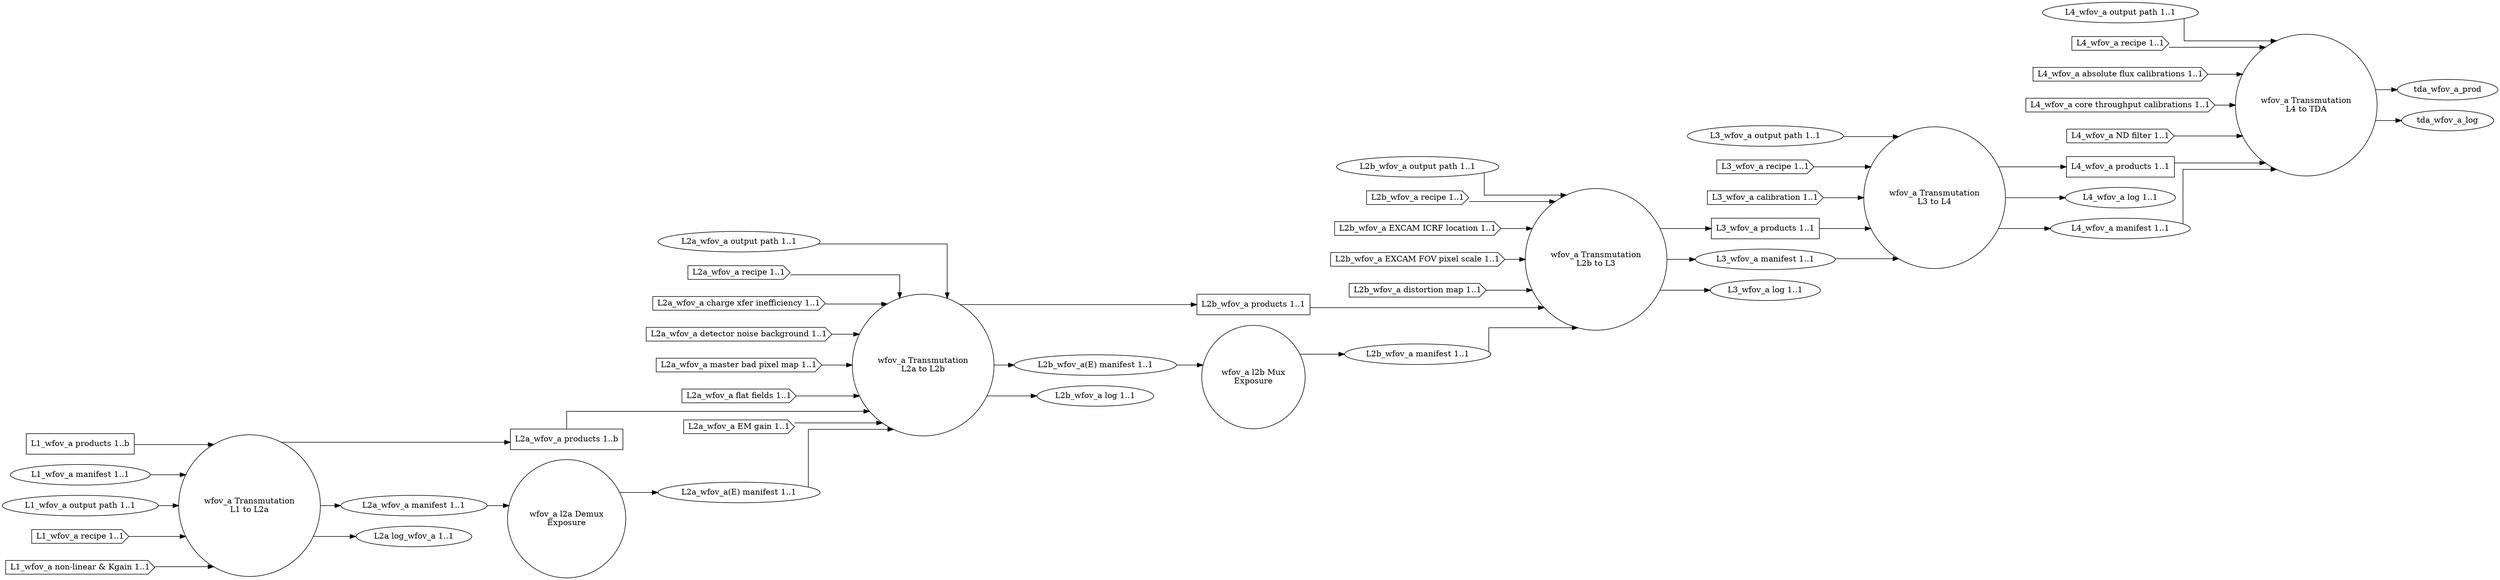
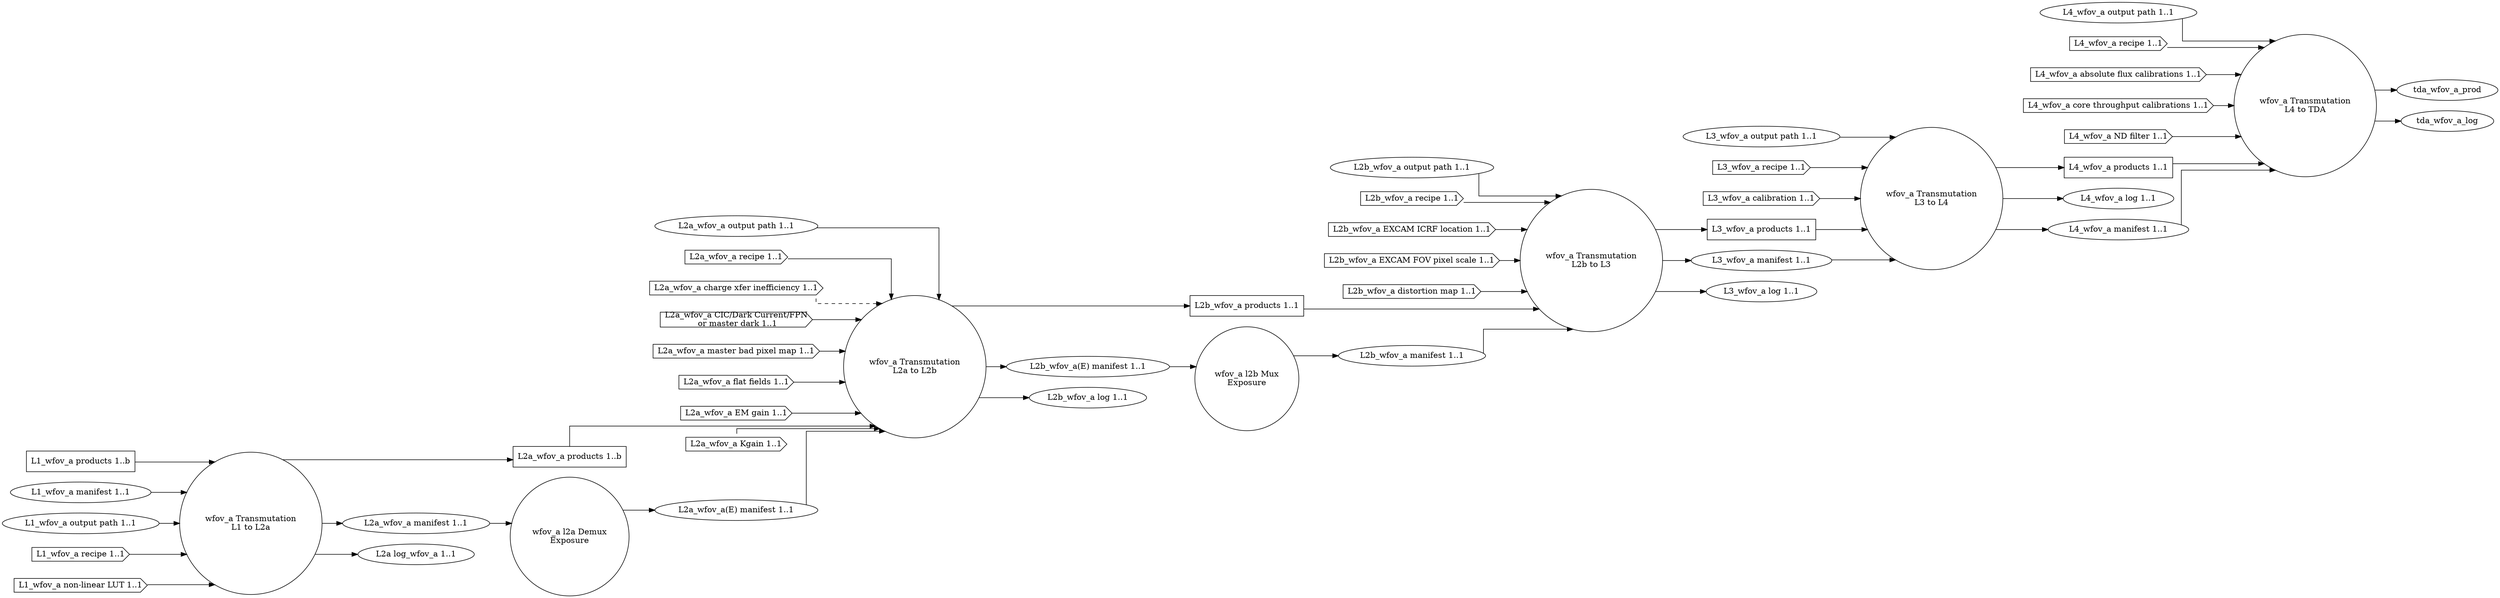
- digraph AbstractDesign
+ digraph WideFieldOfViewAnalog
{
  graph [splines="ortho", rankdir=LR];

  trans_wfov_a_l1_l2a [label="wfov_a Transmutation\nL1 to L2a", shape="circle"];
  l2a_wfov_a_demux [label="wfov_a l2a Demux\nExposure" shape="circle"];
  trans_wfov_a_l2a_l2b [label="wfov_a Transmutation\nL2a to L2b", shape="circle"];
  l2b_wfov_a_mux [label="wfov_a l2b Mux\nExposure", shape="circle"];
  trans_wfov_a_l2b_l3 [label="wfov_a Transmutation\nL2b to L3", shape="circle"];
  trans_wfov_a_l3_l4 [label="wfov_a Transmutation\nL3 to L4", shape="circle"];
  trans_wfov_a_l4_tda [label="wfov_a Transmutation\nL4 to TDA", shape="circle"];

  l1_wfov_a_prod [label="L1_wfov_a products 1..b", shape="rectangle"];
  l1_wfov_a_man [label="L1_wfov_a manifest 1..1", shape="ellipse"];
  l1_wfov_a_odir [label="L1_wfov_a output path 1..1", shape="ellipse"];
  l1_wfov_a_rec [label="L1_wfov_a recipe 1..1", shape="cds"];
-   l1_wfov_a_nln [label="L1_wfov_a non-linear & Kgain 1..1", shape="cds"];
+   l1_wfov_a_nllut [label="L1_wfov_a non-linear LUT 1..1", shape="cds"];

  l2a_wfov_a_prod [label="L2a_wfov_a products 1..b", shape="rectangle"];
  l2a_wfov_a_man [label="L2a_wfov_a manifest 1..1", shape="ellipse"];
  l2a_wfov_a_odir [label="L2a_wfov_a output path 1..1", shape="ellipse"];
  l2a_wfov_a_rec [label="L2a_wfov_a recipe 1..1", shape="cds"];
  l2a_wfov_a_cti [label="L2a_wfov_a charge xfer inefficiency 1..1", shape="cds"];
-   l2a_wfov_a_dnb [label="L2a_wfov_a detector noise background 1..1", shape="cds"];
+   l2a_wfov_a_dnb [label="L2a_wfov_a CIC/Dark Current/FPN\n or master dark 1..1", shape="cds"];
  l2a_wfov_a_mbpm [label="L2a_wfov_a master bad pixel map 1..1", shape="cds"];
  l2a_wfov_a_ff [label="L2a_wfov_a flat fields 1..1", shape="cds"];
  l2a_wfov_a_emg [label="L2a_wfov_a EM gain 1..1", shape="cds"];
+   l2a_wfov_a_kgain [label="L2a_wfov_a Kgain 1..1", shape="cds"];
  l2a_wfov_a_log [label="L2a log_wfov_a 1..1", shape="ellipse"];
  l2a_wfov_a_man_demux [label="L2a_wfov_a(E) manifest 1..1", shape="ellipse"];

  l2b_wfov_a_prod [label="L2b_wfov_a products 1..1", shape="rectangle"];
  l2b_wfov_a_man [label="L2b_wfov_a manifest 1..1", shape="ellipse"];
  l2b_wfov_a_odir [label="L2b_wfov_a output path 1..1", shape="ellipse"];
  l2b_wfov_a_rec [label="L2b_wfov_a recipe 1..1", shape="cds"];
  l2b_wfov_a_excicrf [label="L2b_wfov_a EXCAM ICRF location 1..1", shape="cds"];
  l2b_wfov_a_excfovps [label="L2b_wfov_a EXCAM FOV pixel scale 1..1", shape="cds"];
  l2b_wfov_a_distm [label="L2b_wfov_a distortion map 1..1", shape="cds"];
  l2b_wfov_a_man_demux [label="L2b_wfov_a(E) manifest 1..1", shape="ellipse"];
  l2b_wfov_a_log [label="L2b_wfov_a log 1..1", shape="ellipse"];

  l3_wfov_a_prod [label="L3_wfov_a products 1..1", shape="rectangle"];
  l3_wfov_a_odir [label="L3_wfov_a output path 1..1", shape="ellipse"];
  l3_wfov_a_man [label="L3_wfov_a manifest 1..1", shape="ellipse"];
  l3_wfov_a_rec [label="L3_wfov_a recipe 1..1", shape="cds"];
  l3_wfov_a_cal [label="L3_wfov_a calibration 1..1", shape="cds"];
  l3_wfov_a_log [label="L3_wfov_a log 1..1", shape="ellipse"];

  l4_wfov_a_prod [label="L4_wfov_a products 1..1", shape="rectangle"];
  l4_wfov_a_odir [label="L4_wfov_a output path 1..1", shape="ellipse"];
  l4_wfov_a_log [label="L4_wfov_a log 1..1", shape="ellipse"];
  l4_wfov_a_man [label="L4_wfov_a manifest 1..1", shape="ellipse"];
  l4_wfov_a_rec [label="L4_wfov_a recipe 1..1", shape="cds"];
  l4_wfov_a_afcal [label="L4_wfov_a absolute flux calibrations 1..1", shape="cds"];
  l4_wfov_a_ctcal [label="L4_wfov_a core throughput calibrations 1..1", shape="cds"];
  l4_wfov_a_ndfilt [label="L4_wfov_a ND filter 1..1", shape="cds"];

  l1_wfov_a_prod -> trans_wfov_a_l1_l2a;
  l1_wfov_a_man -> trans_wfov_a_l1_l2a;
  l1_wfov_a_odir -> trans_wfov_a_l1_l2a;
  l1_wfov_a_rec -> trans_wfov_a_l1_l2a;
-   l1_wfov_a_nln -> trans_wfov_a_l1_l2a;
+   l1_wfov_a_nllut -> trans_wfov_a_l1_l2a;

  trans_wfov_a_l1_l2a -> l2a_wfov_a_prod;
  trans_wfov_a_l1_l2a -> l2a_wfov_a_man;
  trans_wfov_a_l1_l2a -> l2a_wfov_a_log;

  l2a_wfov_a_prod -> trans_wfov_a_l2a_l2b;
  l2a_wfov_a_odir -> trans_wfov_a_l2a_l2b;
  l2a_wfov_a_rec -> trans_wfov_a_l2a_l2b;
-   l2a_wfov_a_cti -> trans_wfov_a_l2a_l2b;
+   l2a_wfov_a_cti -> trans_wfov_a_l2a_l2b [style="dashed"];
  l2a_wfov_a_dnb -> trans_wfov_a_l2a_l2b;
  l2a_wfov_a_mbpm -> trans_wfov_a_l2a_l2b;
  l2a_wfov_a_ff -> trans_wfov_a_l2a_l2b;
  l2a_wfov_a_emg -> trans_wfov_a_l2a_l2b;
+   l2a_wfov_a_kgain -> trans_wfov_a_l2a_l2b;

  trans_wfov_a_l2a_l2b -> l2b_wfov_a_prod;
  trans_wfov_a_l2a_l2b -> l2b_wfov_a_man_demux;
  trans_wfov_a_l2a_l2b -> l2b_wfov_a_log;

  l2a_wfov_a_man -> l2a_wfov_a_demux;
  l2a_wfov_a_demux -> l2a_wfov_a_man_demux;
  l2a_wfov_a_man_demux -> trans_wfov_a_l2a_l2b;

  l2b_wfov_a_man_demux -> l2b_wfov_a_mux;
  l2b_wfov_a_mux -> l2b_wfov_a_man;

  l2b_wfov_a_prod -> trans_wfov_a_l2b_l3;
  l2b_wfov_a_man -> trans_wfov_a_l2b_l3;
  l2b_wfov_a_odir -> trans_wfov_a_l2b_l3;
  l2b_wfov_a_rec -> trans_wfov_a_l2b_l3;
  l2b_wfov_a_excicrf -> trans_wfov_a_l2b_l3;
  l2b_wfov_a_excfovps -> trans_wfov_a_l2b_l3;
  l2b_wfov_a_distm -> trans_wfov_a_l2b_l3;
  trans_wfov_a_l2b_l3 -> l3_wfov_a_prod;
  trans_wfov_a_l2b_l3 -> l3_wfov_a_man;
  trans_wfov_a_l2b_l3 -> l3_wfov_a_log;

  l3_wfov_a_prod -> trans_wfov_a_l3_l4;
  l3_wfov_a_man -> trans_wfov_a_l3_l4;
  l3_wfov_a_odir -> trans_wfov_a_l3_l4;
  l3_wfov_a_rec -> trans_wfov_a_l3_l4;
  l3_wfov_a_cal -> trans_wfov_a_l3_l4;
  trans_wfov_a_l3_l4 -> l4_wfov_a_prod;
  trans_wfov_a_l3_l4 -> l4_wfov_a_log;
  trans_wfov_a_l3_l4 -> l4_wfov_a_man;

  l4_wfov_a_prod -> trans_wfov_a_l4_tda;
  l4_wfov_a_man -> trans_wfov_a_l4_tda;
  l4_wfov_a_odir -> trans_wfov_a_l4_tda;
  l4_wfov_a_rec -> trans_wfov_a_l4_tda;
  l4_wfov_a_afcal -> trans_wfov_a_l4_tda;
  l4_wfov_a_ctcal -> trans_wfov_a_l4_tda;
  l4_wfov_a_ndfilt -> trans_wfov_a_l4_tda;
  trans_wfov_a_l4_tda -> tda_wfov_a_prod;
  trans_wfov_a_l4_tda -> tda_wfov_a_log;
}
